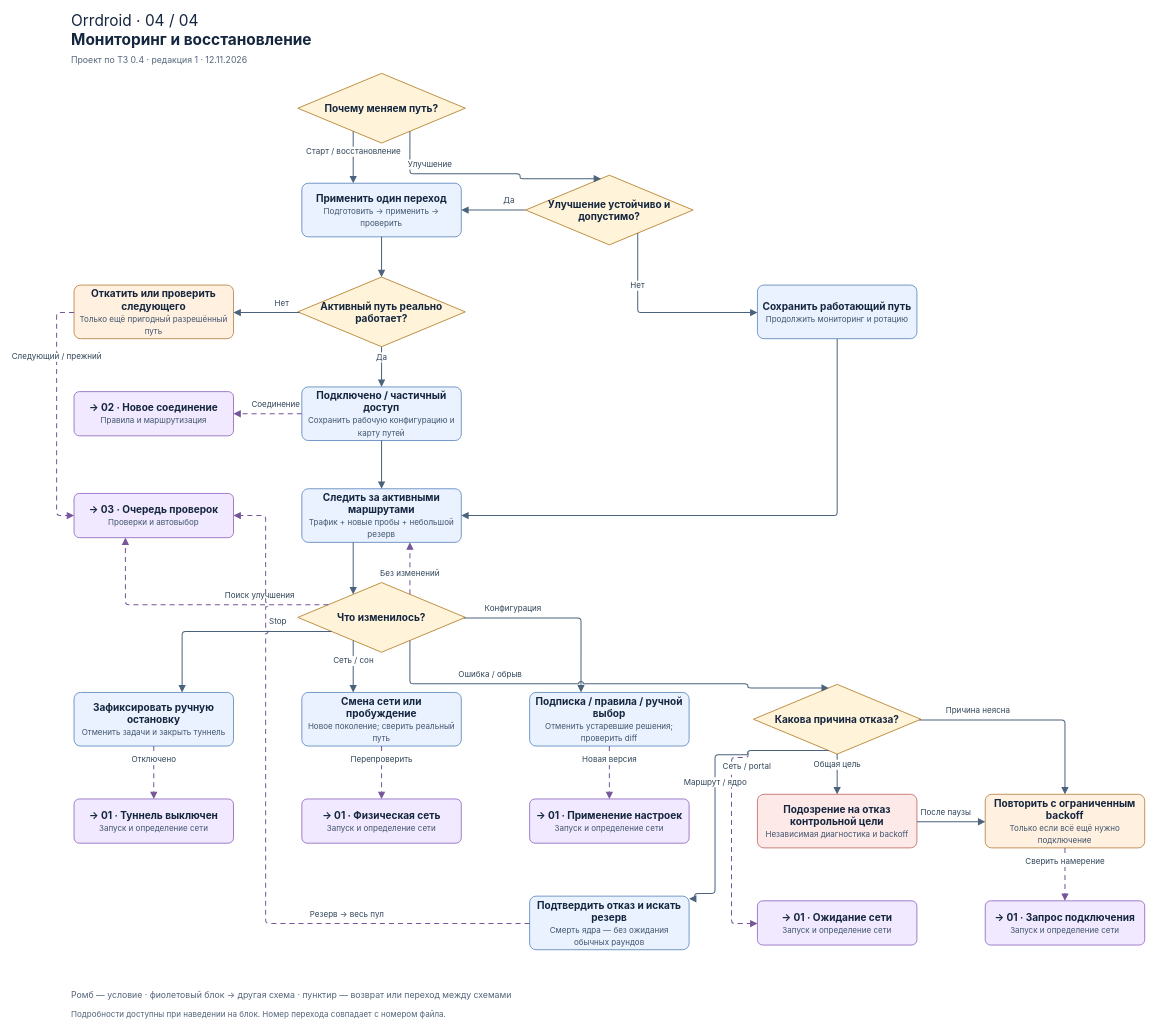
Earlier version of the draw.io diagram docs/orrdroid/diagrams/drawio/Orrdroid-04-monitoring-recovery.drawio (orrtyom/orrdroid). Source tidied: cells renumbered, new cells numbered last; positions are measured from the earlier drawing's top-left corner, leaving out a move shared by most shapes. Both pictures are drawn from the tidied source at 67%, with x=0, y=0 at pixel (56, 11).
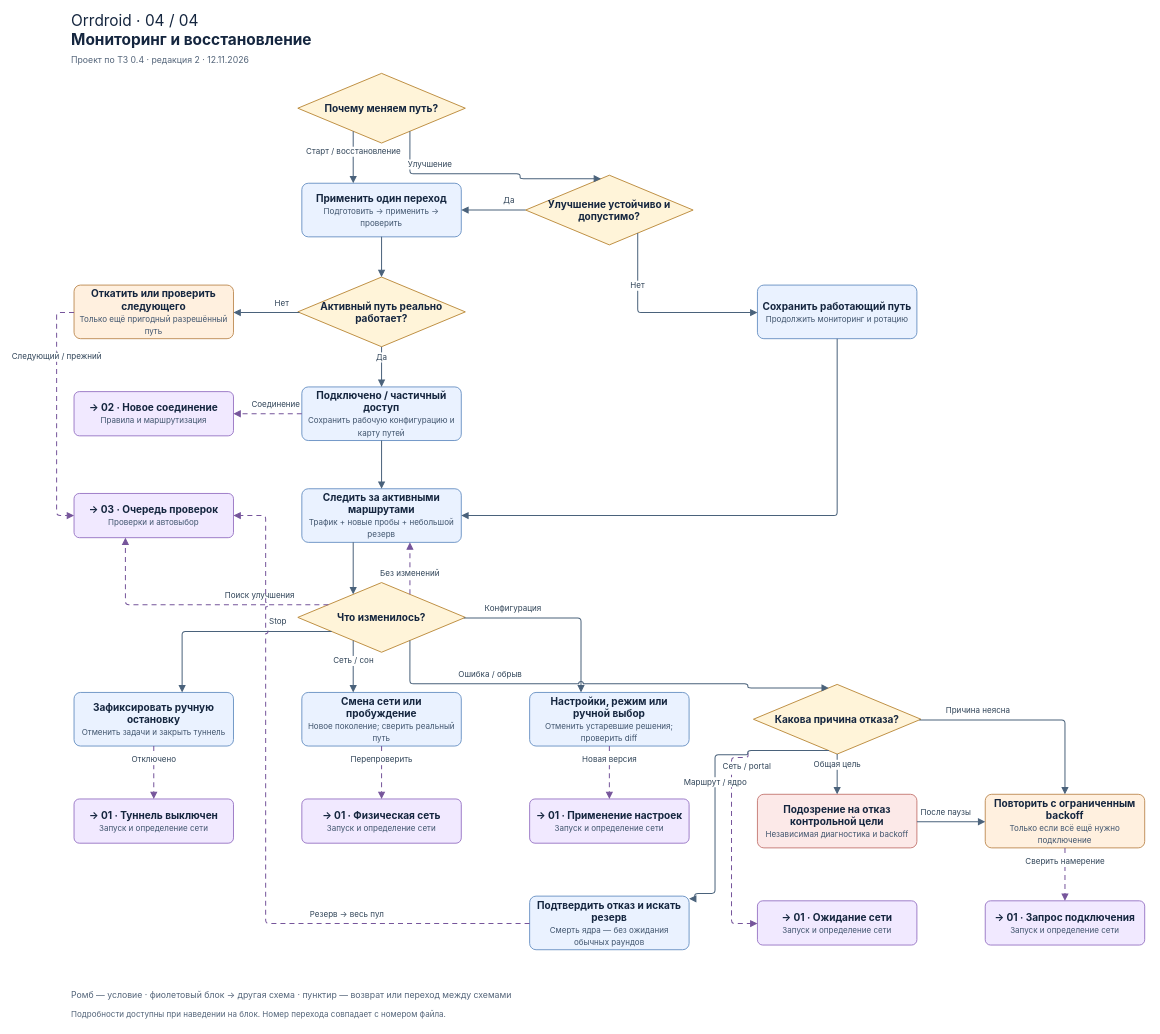
After the change.

The edit, as a diff of the source:
```diff
@@
-    <mxCell id="3" value="Проект по ТЗ 0.4 · редакция 1 · 12.11.2026" style="text;html=1;align=left;verticalAlign=middle;whiteSpace=wrap;fontFamily=Inter;fontColor=#15263F;fontSize=13;fontColor=#536479;" parent="1" vertex="1">
+    <mxCell id="3" value="Проект по ТЗ 0.4 · редакция 2 · 12.11.2026" style="text;html=1;align=left;verticalAlign=middle;whiteSpace=wrap;fontFamily=Inter;fontColor=#15263F;fontSize=13;fontColor=#536479;" parent="1" vertex="1">
       <mxGeometry x="20" y="62" width="1610" height="20" as="geometry" />
     </mxCell>
@@
-    <mxCell id="15" value="&lt;b&gt;Подписка / правила / ручной выбор&lt;/b&gt;&lt;br&gt;&lt;span style=&quot;font-size:12px;color:#40556E&quot;&gt;Отменить устаревшие решения; проверить diff&lt;/span&gt;" style="rounded=1;arcSize=12;html=1;whiteSpace=wrap;align=center;verticalAlign=middle;spacing=6;fontFamily=Inter;fontSize=15;fontColor=#15263F;strokeWidth=1.35;fillColor=#EAF2FF;strokeColor=#6790C2;" parent="1" vertex="1">
+    <mxCell id="15" value="&lt;b&gt;Настройки, режим или ручной выбор&lt;/b&gt;&lt;br&gt;&lt;span style=&quot;font-size:12px;color:#40556E&quot;&gt;Отменить устаревшие решения; проверить diff&lt;/span&gt;" style="rounded=1;arcSize=12;html=1;whiteSpace=wrap;align=center;verticalAlign=middle;spacing=6;fontFamily=Inter;fontSize=15;fontColor=#15263F;strokeWidth=1.35;fillColor=#EAF2FF;strokeColor=#6790C2;" parent="1" vertex="1">
       <mxGeometry x="706" y="1016" width="238" height="80" as="geometry" />
     </mxCell>
```
